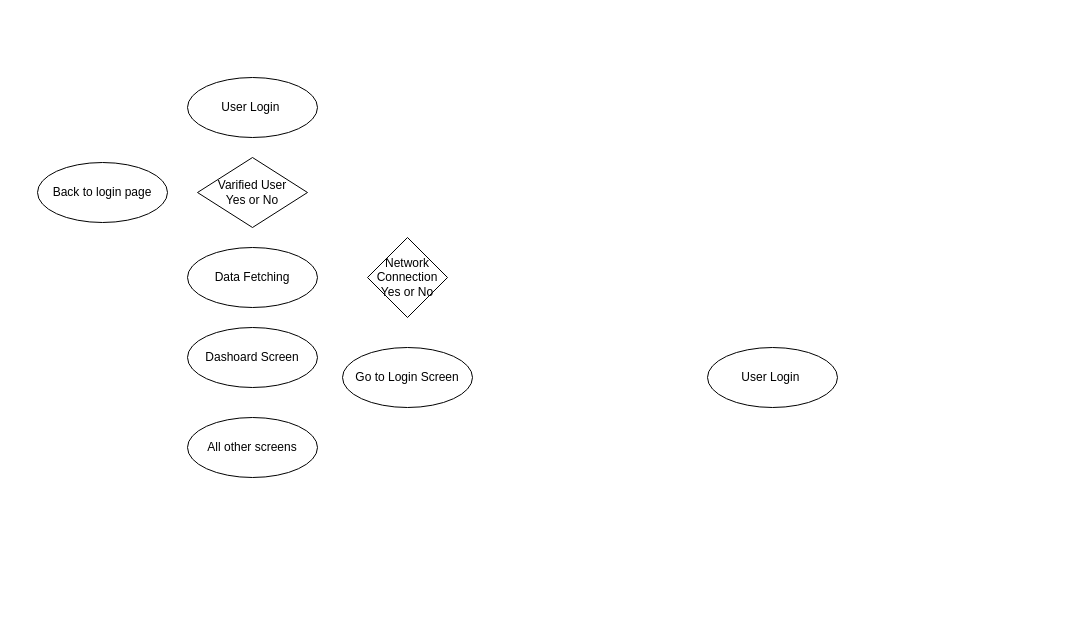
Before: Untitled Diagram.drawio in Jayt257/EasyFood, a draw.io diagram. Source tidied: cells renumbered, new cells numbered last; positions are measured from the earlier drawing's top-left corner, leaving out a move shared by most shapes. Both pictures are drawn from the tidied source at 100%, with x=0, y=0 at pixel (37, 77).
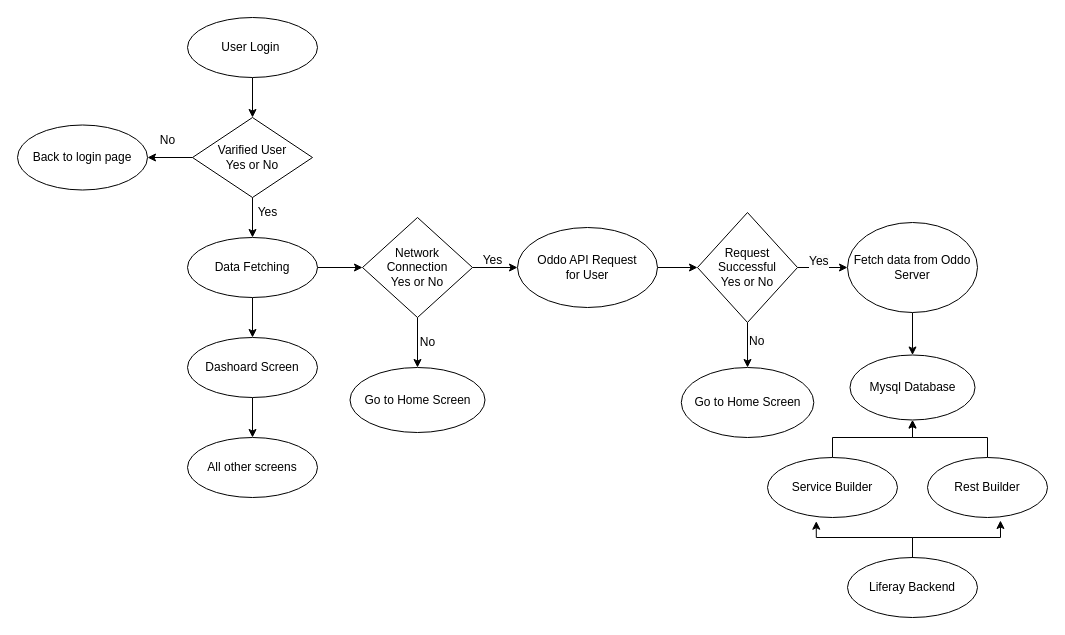
The same diagram, later.

The edit, as a diff of the source:
```diff
@@
+    <mxCell id="11" style="edgeStyle=orthogonalEdgeStyle;rounded=0;jettySize=auto;html=1;entryX=0.5;entryY=0;entryDx=0;entryDy=0;" parent="1" edge="1" source="2" target="6">
+      <mxGeometry relative="1" as="geometry" />
+    </mxCell>
     <mxCell id="2" value="User Login&amp;nbsp;" style="ellipse;whiteSpace=wrap;html=1;" parent="1" vertex="1">
-      <mxGeometry x="150" width="130" height="60" as="geometry" />
+      <mxGeometry x="150" y="-60" width="130" height="60" as="geometry" />
     </mxCell>
+    <mxCell id="12" style="edgeStyle=orthogonalEdgeStyle;rounded=0;jettySize=auto;html=1;entryX=0.5;entryY=0;entryDx=0;entryDy=0;" parent="1" edge="1" source="3" target="9">
+      <mxGeometry relative="1" as="geometry" />
+    </mxCell>
     <mxCell id="3" value="Dashoard Screen" style="ellipse;whiteSpace=wrap;html=1;" parent="1" vertex="1">
-      <mxGeometry x="150" y="250" width="130" height="60" as="geometry" />
+      <mxGeometry x="150" y="260" width="130" height="60" as="geometry" />
     </mxCell>
     <mxCell id="4" value="Back to login page" style="ellipse;whiteSpace=wrap;html=1;" parent="1" vertex="1">
-      <mxGeometry y="85" width="130" height="60" as="geometry" />
+      <mxGeometry x="-20" y="47.5" width="130" height="65" as="geometry" />
     </mxCell>
+    <mxCell id="13" style="edgeStyle=orthogonalEdgeStyle;rounded=0;jettySize=auto;html=1;" parent="1" edge="1" source="5" target="10">
+      <mxGeometry relative="1" as="geometry" />
+    </mxCell>
+    <mxCell id="14" style="edgeStyle=orthogonalEdgeStyle;rounded=0;jettySize=auto;html=1;entryX=0.5;entryY=0;entryDx=0;entryDy=0;" parent="1" edge="1" source="5" target="3">
+      <mxGeometry relative="1" as="geometry" />
+    </mxCell>
     <mxCell id="5" value="Data Fetching" style="ellipse;whiteSpace=wrap;html=1;" parent="1" vertex="1">
-      <mxGeometry x="150" y="170" width="130" height="60" as="geometry" />
+      <mxGeometry x="150" y="160" width="130" height="60" as="geometry" />
     </mxCell>
+    <mxCell id="15" style="edgeStyle=orthogonalEdgeStyle;rounded=0;jettySize=auto;html=1;entryX=0.5;entryY=0;entryDx=0;entryDy=0;" parent="1" edge="1" source="6" target="5">
+      <mxGeometry relative="1" as="geometry" />
+    </mxCell>
+    <mxCell id="16" style="edgeStyle=orthogonalEdgeStyle;rounded=0;jettySize=auto;html=1;entryX=1;entryY=0.5;entryDx=0;entryDy=0;" parent="1" edge="1" source="6" target="4">
+      <mxGeometry relative="1" as="geometry" />
+    </mxCell>
     <mxCell id="6" value="Varified User&lt;div&gt;Yes or No&lt;/div&gt;" style="rhombus;whiteSpace=wrap;html=1;" parent="1" vertex="1">
-      <mxGeometry x="160" y="80" width="110" height="70" as="geometry" />
+      <mxGeometry x="155" y="40" width="120" height="80" as="geometry" />
     </mxCell>
+    <mxCell id="17" style="edgeStyle=orthogonalEdgeStyle;rounded=0;jettySize=auto;html=1;exitX=1;exitY=0.5;exitDx=0;exitDy=0;" parent="1" edge="1" source="7" target="22">
+      <mxGeometry relative="1" as="geometry" />
+    </mxCell>
-    <mxCell id="7" value="User Login&amp;nbsp;" style="ellipse;whiteSpace=wrap;html=1;" parent="1" vertex="1">
-      <mxGeometry x="670" y="270" width="130" height="60" as="geometry" />
+    <mxCell id="7" value="Oddo API Request&lt;div&gt;for User&lt;/div&gt;" style="ellipse;whiteSpace=wrap;html=1;" parent="1" vertex="1">
+      <mxGeometry x="480" y="150" width="140" height="80" as="geometry" />
     </mxCell>
-    <mxCell id="8" value="Go to Login Screen" style="ellipse;whiteSpace=wrap;html=1;" parent="1" vertex="1">
-      <mxGeometry x="305" y="270" width="130" height="60" as="geometry" />
+    <mxCell id="8" value="Go to Home Screen" style="ellipse;whiteSpace=wrap;html=1;" parent="1" vertex="1">
+      <mxGeometry x="312.5" y="290" width="135" height="65" as="geometry" />
     </mxCell>
     <mxCell id="9" value="All other screens" style="ellipse;whiteSpace=wrap;html=1;" parent="1" vertex="1">
-      <mxGeometry x="150" y="340" width="130" height="60" as="geometry" />
+      <mxGeometry x="150" y="360" width="130" height="60" as="geometry" />
     </mxCell>
+    <mxCell id="18" style="edgeStyle=orthogonalEdgeStyle;rounded=0;jettySize=auto;html=1;entryX=0;entryY=0.5;entryDx=0;entryDy=0;" parent="1" edge="1" source="10" target="7">
+      <mxGeometry relative="1" as="geometry" />
+    </mxCell>
+    <mxCell id="19" style="edgeStyle=orthogonalEdgeStyle;rounded=0;jettySize=auto;html=1;" parent="1" edge="1" source="10" target="8">
+      <mxGeometry relative="1" as="geometry" />
+    </mxCell>
     <mxCell id="10" value="Network Connection&lt;div&gt;Yes or No&lt;/div&gt;" style="rhombus;whiteSpace=wrap;html=1;" parent="1" vertex="1">
-      <mxGeometry x="330" y="160" width="80" height="80" as="geometry" />
+      <mxGeometry x="325" y="140" width="110" height="100" as="geometry" />
     </mxCell>
+    <mxCell id="20" style="edgeStyle=orthogonalEdgeStyle;rounded=0;jettySize=auto;html=1;exitX=0.5;exitY=1;exitDx=0;exitDy=0;" parent="1" edge="1" source="22" target="23">
+      <mxGeometry relative="1" as="geometry" />
+    </mxCell>
+    <mxCell id="21" style="edgeStyle=orthogonalEdgeStyle;rounded=0;jettySize=auto;html=1;" parent="1" edge="1" source="22" target="25">
+      <mxGeometry relative="1" as="geometry" />
+    </mxCell>
+    <mxCell id="22" value="Request Successful&lt;div&gt;Yes or No&lt;/div&gt;" style="rhombus;whiteSpace=wrap;html=1;" parent="1" vertex="1">
+      <mxGeometry x="660" y="135" width="100" height="110" as="geometry" />
+    </mxCell>
+    <mxCell id="23" value="Go to Home Screen" style="ellipse;whiteSpace=wrap;html=1;" parent="1" vertex="1">
+      <mxGeometry x="643.8" y="290" width="132.5" height="70" as="geometry" />
+    </mxCell>
+    <mxCell id="24" style="edgeStyle=orthogonalEdgeStyle;rounded=0;jettySize=auto;html=1;" parent="1" edge="1" source="25" target="27">
+      <mxGeometry relative="1" as="geometry" />
+    </mxCell>
+    <mxCell id="25" value="Fetch data from Oddo Server" style="ellipse;whiteSpace=wrap;html=1;" parent="1" vertex="1">
+      <mxGeometry x="810" y="145" width="130" height="90" as="geometry" />
+    </mxCell>
+    <mxCell id="26" value="Liferay Backend" style="ellipse;whiteSpace=wrap;html=1;" parent="1" vertex="1">
+      <mxGeometry x="810" y="480" width="130" height="60" as="geometry" />
+    </mxCell>
+    <mxCell id="27" value="Mysql Database" style="ellipse;whiteSpace=wrap;html=1;" parent="1" vertex="1">
+      <mxGeometry x="812.5" y="277.5" width="125" height="65" as="geometry" />
+    </mxCell>
+    <mxCell id="28" style="edgeStyle=orthogonalEdgeStyle;rounded=0;jettySize=auto;html=1;entryX=0.5;entryY=1;entryDx=0;entryDy=0;" parent="1" edge="1" source="29" target="27">
+      <mxGeometry relative="1" as="geometry" />
+    </mxCell>
+    <mxCell id="29" value="Service Builder" style="ellipse;whiteSpace=wrap;html=1;" parent="1" vertex="1">
+      <mxGeometry x="730" y="380" width="130" height="60" as="geometry" />
+    </mxCell>
+    <mxCell id="30" style="edgeStyle=orthogonalEdgeStyle;rounded=0;jettySize=auto;html=1;entryX=0.5;entryY=1;entryDx=0;entryDy=0;" parent="1" edge="1" source="31" target="27">
+      <mxGeometry relative="1" as="geometry" />
+    </mxCell>
+    <mxCell id="31" value="Rest Builder" style="ellipse;whiteSpace=wrap;html=1;" parent="1" vertex="1">
+      <mxGeometry x="890" y="380" width="120" height="60" as="geometry" />
+    </mxCell>
+    <mxCell id="32" style="edgeStyle=orthogonalEdgeStyle;rounded=0;jettySize=auto;html=1;entryX=0.375;entryY=1.062;entryDx=0;entryDy=0;entryPerimeter=0;" parent="1" edge="1" source="26" target="29">
+      <mxGeometry relative="1" as="geometry" />
+    </mxCell>
+    <mxCell id="33" style="edgeStyle=orthogonalEdgeStyle;rounded=0;jettySize=auto;html=1;entryX=0.608;entryY=1.05;entryDx=0;entryDy=0;entryPerimeter=0;" parent="1" edge="1" source="26" target="31">
+      <mxGeometry relative="1" as="geometry" />
+    </mxCell>
+    <mxCell id="34" value="Yes&lt;div&gt;&lt;br&gt;&lt;/div&gt;" style="text;html=1;align=center;verticalAlign=middle;strokeColor=none;fillColor=none;" parent="1" vertex="1">
+      <mxGeometry x="435" y="170" width="40" height="40" as="geometry" />
+    </mxCell>
+    <mxCell id="35" value="No" style="text;html=1;align=center;verticalAlign=middle;strokeColor=none;fillColor=none;" parent="1" vertex="1">
+      <mxGeometry x="370" y="250" width="40" height="30" as="geometry" />
+    </mxCell>
+    <mxCell id="36" value="Yes" style="text;html=1;align=center;verticalAlign=middle;strokeColor=none;fillColor=none;" parent="1" vertex="1">
+      <mxGeometry x="210" y="120" width="40" height="30" as="geometry" />
+    </mxCell>
+    <mxCell id="37" value="&lt;span style=&quot;color: rgb(0, 0, 0); font-family: Helvetica; font-size: 12px; font-style: normal; font-variant-ligatures: normal; font-variant-caps: normal; font-weight: 400; letter-spacing: normal; orphans: 2; text-align: center; text-indent: 0px; text-transform: none; widows: 2; word-spacing: 0px; -webkit-text-stroke-width: 0px; white-space: nowrap; background-color: rgb(251, 251, 251); text-decoration-thickness: initial; text-decoration-style: initial; text-decoration-color: initial; display: inline !important; float: none;&quot;&gt;Yes&lt;/span&gt;" style="text;whiteSpace=wrap;html=1;" parent="1" vertex="1">
+      <mxGeometry x="770" y="170" width="50" height="40" as="geometry" />
+    </mxCell>
+    <mxCell id="38" value="No" style="text;html=1;align=center;verticalAlign=middle;strokeColor=none;fillColor=none;" parent="1" vertex="1">
+      <mxGeometry x="110" y="48" width="40" height="30" as="geometry" />
+    </mxCell>
+    <mxCell id="39" value="&lt;span style=&quot;color: rgb(0, 0, 0); font-family: Helvetica; font-size: 12px; font-style: normal; font-variant-ligatures: normal; font-variant-caps: normal; font-weight: 400; letter-spacing: normal; orphans: 2; text-align: center; text-indent: 0px; text-transform: none; widows: 2; word-spacing: 0px; -webkit-text-stroke-width: 0px; white-space: nowrap; background-color: rgb(251, 251, 251); text-decoration-thickness: initial; text-decoration-style: initial; text-decoration-color: initial; display: inline !important; float: none;&quot;&gt;No&lt;/span&gt;" style="text;whiteSpace=wrap;html=1;" parent="1" vertex="1">
+      <mxGeometry x="710" y="250" width="50" height="40" as="geometry" />
+    </mxCell>
```
